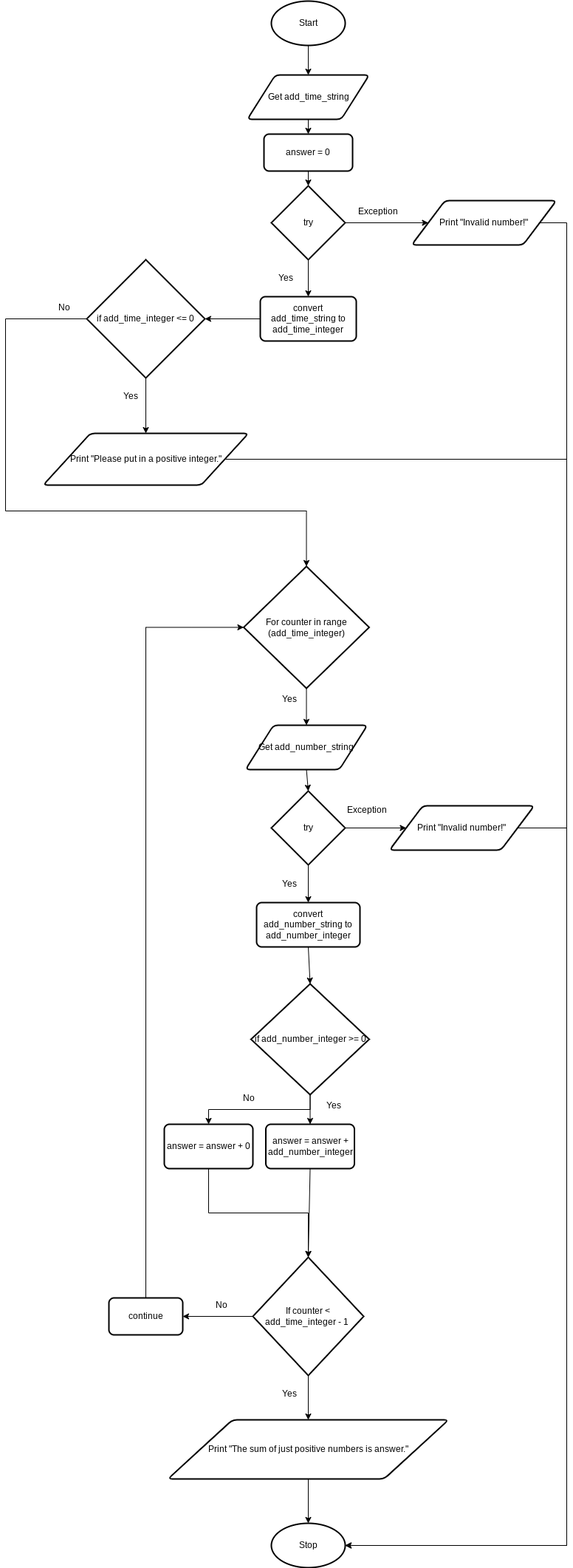
This is design.add_loop.flowchart.png from Yiyun-Qin/ICS3U-Unit4-05-Python, a draw.io export, as it was before one commit. Source tidied: cells renumbered, new cells last; positions are measured from the earlier drawing's top-left corner, leaving out a move shared by most shapes.
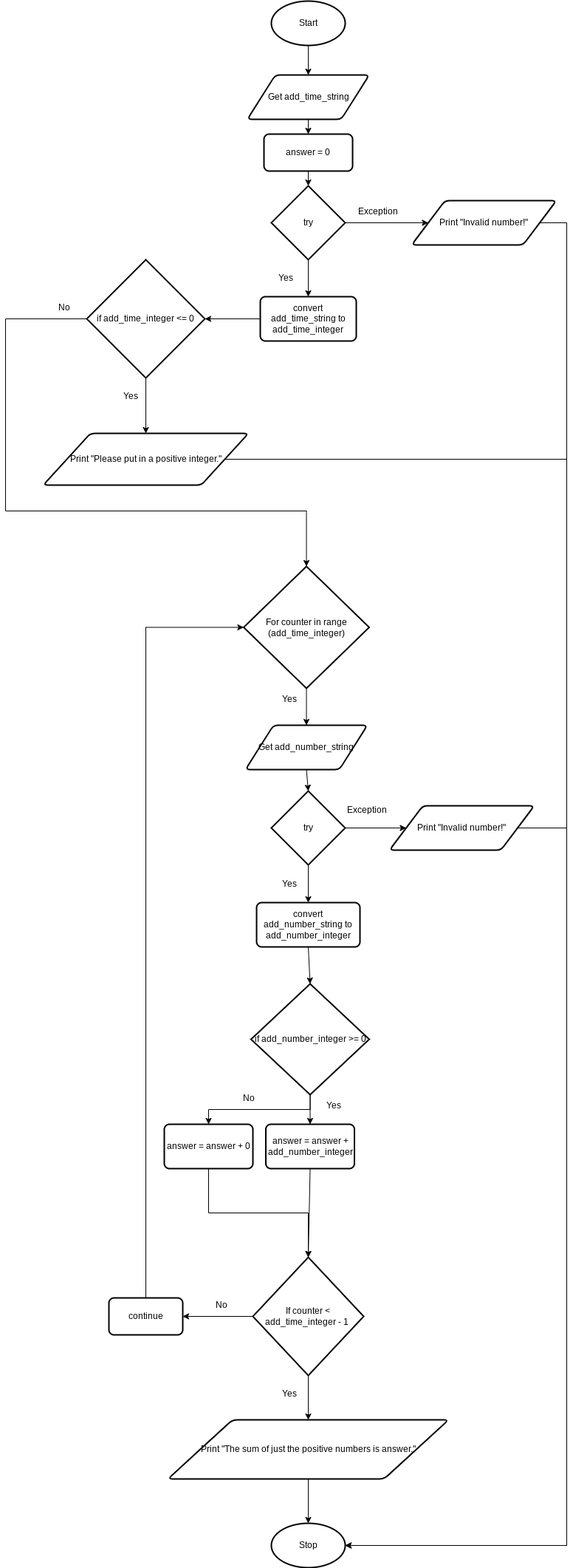
After the commit.

Diff of the diagram source:
```diff
@@ -170,7 +170,7 @@
     <mxCell id="50" value="if add_number_integer &amp;gt;= 0" style="strokeWidth=2;html=1;shape=mxgraph.flowchart.decision;whiteSpace=wrap;" parent="1" vertex="1">
       <mxGeometry x="332.5" y="1330" width="160" height="150" as="geometry" />
     </mxCell>
-    <mxCell id="51" value="Print &quot;The sum of just positive numbers is answer.&quot;" style="shape=parallelogram;html=1;strokeWidth=2;perimeter=parallelogramPerimeter;whiteSpace=wrap;rounded=1;arcSize=12;size=0.23;" parent="1" vertex="1">
+    <mxCell id="51" value="Print &quot;The sum of just the positive numbers is answer.&quot;" style="shape=parallelogram;html=1;strokeWidth=2;perimeter=parallelogramPerimeter;whiteSpace=wrap;rounded=1;arcSize=12;size=0.23;" parent="1" vertex="1">
       <mxGeometry x="220" y="1920" width="380" height="80" as="geometry" />
     </mxCell>
     <mxCell id="52" style="edgeStyle=orthogonalEdgeStyle;rounded=0;html=1;exitX=0.5;exitY=1;exitDx=0;exitDy=0;entryX=0.5;entryY=0;entryDx=0;entryDy=0;entryPerimeter=0;" parent="1" edge="1" source="53" target="33">
```
